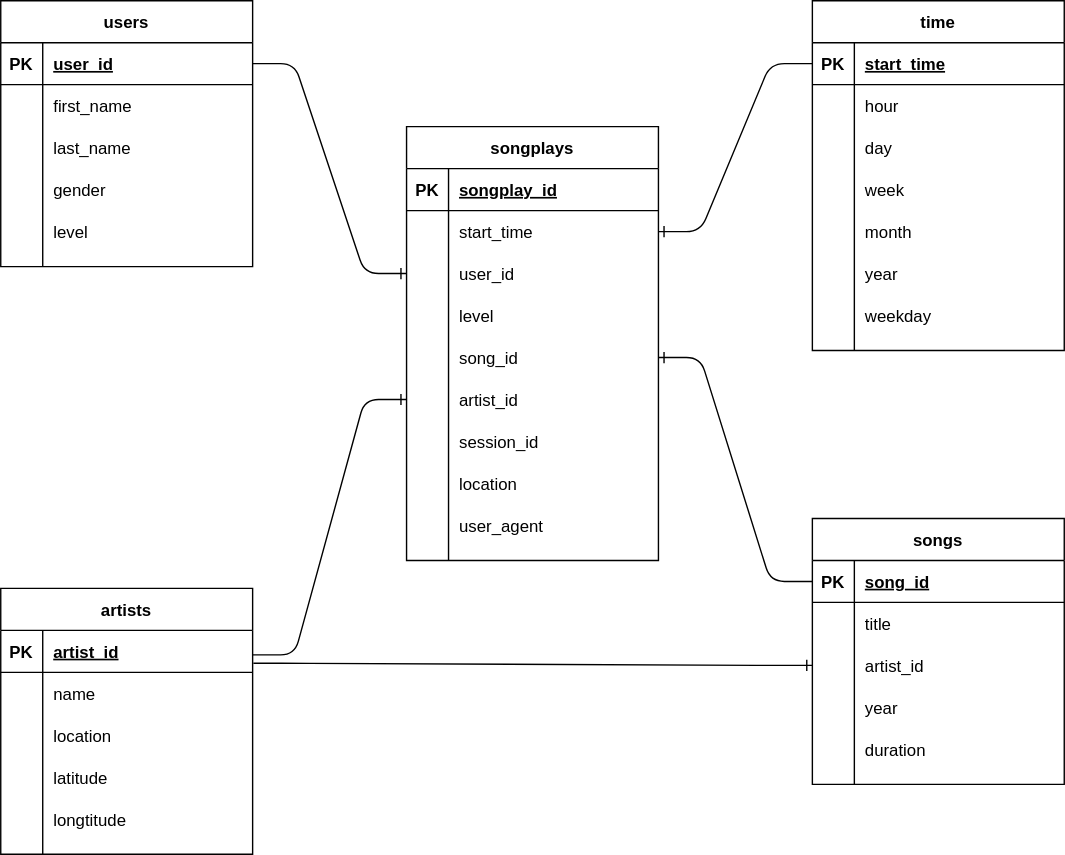
vuanhtuan1012/data-modeling-with-postgres keeps this draw.io diagram as images/sparkify_schema.svg. Above is the earlier version. Source tidied: cells renumbered, new cells last; positions are measured from the earlier drawing's top-left corner, leaving out a move shared by most shapes.
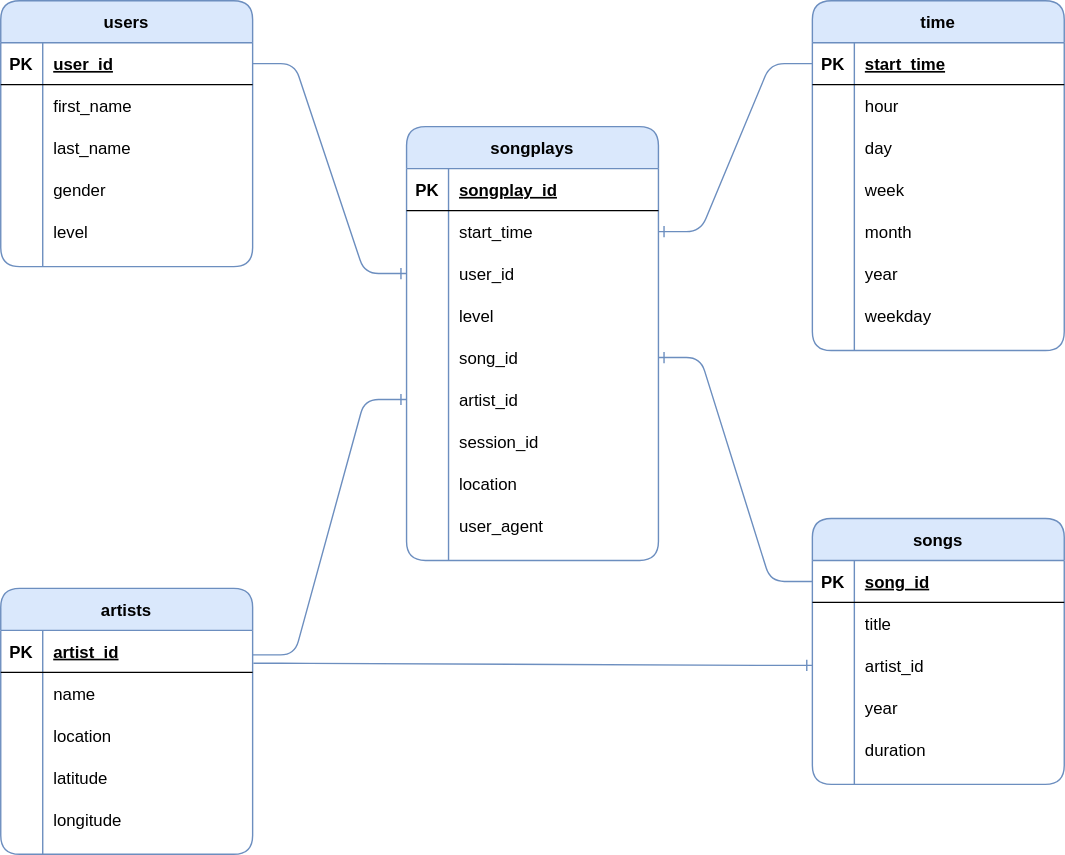
After the commit.

The edit, as a diff of the source:
```diff
@@ -2,7 +2,7 @@
   <root>
     <mxCell id="0" />
     <mxCell id="1" parent="0" />
-    <mxCell id="2" value="users" style="shape=table;startSize=30;rowLines=0;fontStyle=1;align=center;" parent="1" vertex="1">
+    <mxCell id="2" value="users" style="shape=table;startSize=30;rowLines=0;fontStyle=1;align=center;fillColor=#dae8fc;strokeColor=#6c8ebf;rounded=1;sketch=0;shadow=0;" parent="1" vertex="1">
       <mxGeometry width="180" height="190" as="geometry" />
     </mxCell>
     <mxCell id="3" style="shape=partialRectangle;fillColor=none;top=0;left=0;bottom=1;right=0;points=[[0,0.5],[1,0.5]];portConstraint=eastwest;" parent="2" vertex="1">
@@ -50,7 +50,7 @@
     <mxCell id="17" value="level" style="shape=partialRectangle;fillColor=none;top=0;left=0;bottom=0;right=0;align=left;spacingLeft=6;overflow=hidden;" parent="15" vertex="1">
       <mxGeometry x="30" width="150" height="30" as="geometry" />
     </mxCell>
-    <mxCell id="18" value="songs" style="shape=table;startSize=30;rowLines=0;fontStyle=1;align=center;" parent="1" vertex="1">
+    <mxCell id="18" value="songs" style="shape=table;startSize=30;rowLines=0;fontStyle=1;align=center;fillColor=#dae8fc;strokeColor=#6c8ebf;rounded=1;" parent="1" vertex="1">
       <mxGeometry x="580" y="370" width="180" height="190" as="geometry" />
     </mxCell>
     <mxCell id="19" style="shape=partialRectangle;fillColor=none;top=0;left=0;bottom=1;right=0;points=[[0,0.5],[1,0.5]];portConstraint=eastwest;" parent="18" vertex="1">
@@ -98,7 +98,7 @@
     <mxCell id="33" value="duration" style="shape=partialRectangle;fillColor=none;top=0;left=0;bottom=0;right=0;align=left;spacingLeft=6;overflow=hidden;" parent="31" vertex="1">
       <mxGeometry x="30" width="150" height="30" as="geometry" />
     </mxCell>
-    <mxCell id="34" value="artists" style="shape=table;startSize=30;rowLines=0;fontStyle=1;align=center;" parent="1" vertex="1">
+    <mxCell id="34" value="artists" style="shape=table;startSize=30;rowLines=0;fontStyle=1;align=center;fillColor=#dae8fc;strokeColor=#6c8ebf;rounded=1;" parent="1" vertex="1">
       <mxGeometry y="420" width="180" height="190" as="geometry" />
     </mxCell>
     <mxCell id="35" style="shape=partialRectangle;fillColor=none;top=0;left=0;bottom=1;right=0;points=[[0,0.5],[1,0.5]];portConstraint=eastwest;" parent="34" vertex="1">
@@ -143,10 +143,10 @@
     <mxCell id="48" style="shape=partialRectangle;fillColor=none;top=0;left=0;bottom=0;right=0;overflow=hidden;" parent="47" vertex="1">
       <mxGeometry width="30" height="30" as="geometry" />
     </mxCell>
-    <mxCell id="49" value="longtitude" style="shape=partialRectangle;fillColor=none;top=0;left=0;bottom=0;right=0;align=left;spacingLeft=6;overflow=hidden;" parent="47" vertex="1">
+    <mxCell id="49" value="longitude" style="shape=partialRectangle;fillColor=none;top=0;left=0;bottom=0;right=0;align=left;spacingLeft=6;overflow=hidden;" parent="47" vertex="1">
       <mxGeometry x="30" width="150" height="30" as="geometry" />
     </mxCell>
-    <mxCell id="50" value="time" style="shape=table;startSize=30;rowLines=0;fontStyle=1;align=center;" parent="1" vertex="1">
+    <mxCell id="50" value="time" style="shape=table;startSize=30;rowLines=0;fontStyle=1;align=center;fillColor=#dae8fc;strokeColor=#6c8ebf;rounded=1;" parent="1" vertex="1">
       <mxGeometry x="580" width="180" height="250" as="geometry" />
     </mxCell>
     <mxCell id="51" style="shape=partialRectangle;fillColor=none;top=0;left=0;bottom=1;right=0;points=[[0,0.5],[1,0.5]];portConstraint=eastwest;" parent="50" vertex="1">
@@ -212,7 +212,7 @@
     <mxCell id="71" value="weekday" style="shape=partialRectangle;fillColor=none;top=0;left=0;bottom=0;right=0;align=left;spacingLeft=6;overflow=hidden;" parent="69" vertex="1">
       <mxGeometry x="30" width="150" height="30" as="geometry" />
     </mxCell>
-    <mxCell id="72" value="songplays" style="shape=table;startSize=30;rowLines=0;fontStyle=1;align=center;" parent="1" vertex="1">
+    <mxCell id="72" value="songplays" style="shape=table;startSize=30;rowLines=0;fontStyle=1;align=center;fillColor=#dae8fc;strokeColor=#6c8ebf;rounded=1;" parent="1" vertex="1">
       <mxGeometry x="290" y="90" width="180" height="310" as="geometry" />
     </mxCell>
     <mxCell id="73" style="shape=partialRectangle;fillColor=none;top=0;left=0;bottom=1;right=0;" parent="72" vertex="1">
@@ -296,19 +296,19 @@
     <mxCell id="99" value="user_agent" style="shape=partialRectangle;fillColor=none;top=0;left=0;bottom=0;right=0;align=left;spacingLeft=6;overflow=hidden;" parent="97" vertex="1">
       <mxGeometry x="30" width="150" height="30" as="geometry" />
     </mxCell>
-    <mxCell id="100" style="edgeStyle=entityRelationEdgeStyle;fontSize=12;html=1;endArrow=ERone;endFill=1;exitX=1;exitY=0.5;exitDx=0;exitDy=0;entryX=0;entryY=0.5;entryDx=0;entryDy=0;" parent="1" edge="1" source="3" target="79">
+    <mxCell id="100" style="edgeStyle=entityRelationEdgeStyle;fontSize=12;html=1;endArrow=ERone;endFill=1;exitX=1;exitY=0.5;exitDx=0;exitDy=0;entryX=0;entryY=0.5;entryDx=0;entryDy=0;fillColor=#dae8fc;strokeColor=#6c8ebf;" parent="1" edge="1" source="3" target="79">
       <mxGeometry relative="1" as="geometry" />
     </mxCell>
-    <mxCell id="101" style="edgeStyle=entityRelationEdgeStyle;fontSize=12;html=1;endArrow=ERone;endFill=1;exitX=1;exitY=0.25;exitDx=0;exitDy=0;entryX=0;entryY=0.5;entryDx=0;entryDy=0;" parent="1" edge="1" source="34" target="88">
+    <mxCell id="101" style="edgeStyle=entityRelationEdgeStyle;fontSize=12;html=1;endArrow=ERone;endFill=1;exitX=1;exitY=0.25;exitDx=0;exitDy=0;entryX=0;entryY=0.5;entryDx=0;entryDy=0;fillColor=#dae8fc;strokeColor=#6c8ebf;" parent="1" edge="1" source="34" target="88">
       <mxGeometry relative="1" as="geometry" />
     </mxCell>
-    <mxCell id="102" style="edgeStyle=entityRelationEdgeStyle;fontSize=12;html=1;endArrow=ERone;endFill=1;exitX=0;exitY=0.5;exitDx=0;exitDy=0;entryX=1;entryY=0.5;entryDx=0;entryDy=0;" parent="1" edge="1" source="51" target="76">
+    <mxCell id="102" style="edgeStyle=entityRelationEdgeStyle;fontSize=12;html=1;endArrow=ERone;endFill=1;exitX=0;exitY=0.5;exitDx=0;exitDy=0;entryX=1;entryY=0.5;entryDx=0;entryDy=0;fillColor=#dae8fc;strokeColor=#6c8ebf;" parent="1" edge="1" source="51" target="76">
       <mxGeometry relative="1" as="geometry" />
     </mxCell>
-    <mxCell id="103" style="edgeStyle=entityRelationEdgeStyle;fontSize=12;html=1;endArrow=ERone;endFill=1;exitX=0;exitY=0.5;exitDx=0;exitDy=0;entryX=1;entryY=0.5;entryDx=0;entryDy=0;" parent="1" edge="1" source="19" target="85">
+    <mxCell id="103" style="edgeStyle=entityRelationEdgeStyle;fontSize=12;html=1;endArrow=ERone;endFill=1;exitX=0;exitY=0.5;exitDx=0;exitDy=0;entryX=1;entryY=0.5;entryDx=0;entryDy=0;fillColor=#dae8fc;strokeColor=#6c8ebf;" parent="1" edge="1" source="19" target="85">
       <mxGeometry relative="1" as="geometry" />
     </mxCell>
-    <mxCell id="104" style="edgeStyle=entityRelationEdgeStyle;fontSize=12;html=1;endArrow=ERone;endFill=1;exitX=1.003;exitY=0.783;exitDx=0;exitDy=0;entryX=0;entryY=0.5;entryDx=0;entryDy=0;exitPerimeter=0;" parent="1" edge="1" source="35" target="25">
+    <mxCell id="104" style="edgeStyle=entityRelationEdgeStyle;fontSize=12;html=1;endArrow=ERone;endFill=1;exitX=1.003;exitY=0.783;exitDx=0;exitDy=0;entryX=0;entryY=0.5;entryDx=0;entryDy=0;exitPerimeter=0;fillColor=#dae8fc;strokeColor=#6c8ebf;" parent="1" edge="1" source="35" target="25">
       <mxGeometry relative="1" as="geometry" />
     </mxCell>
   </root>
```
